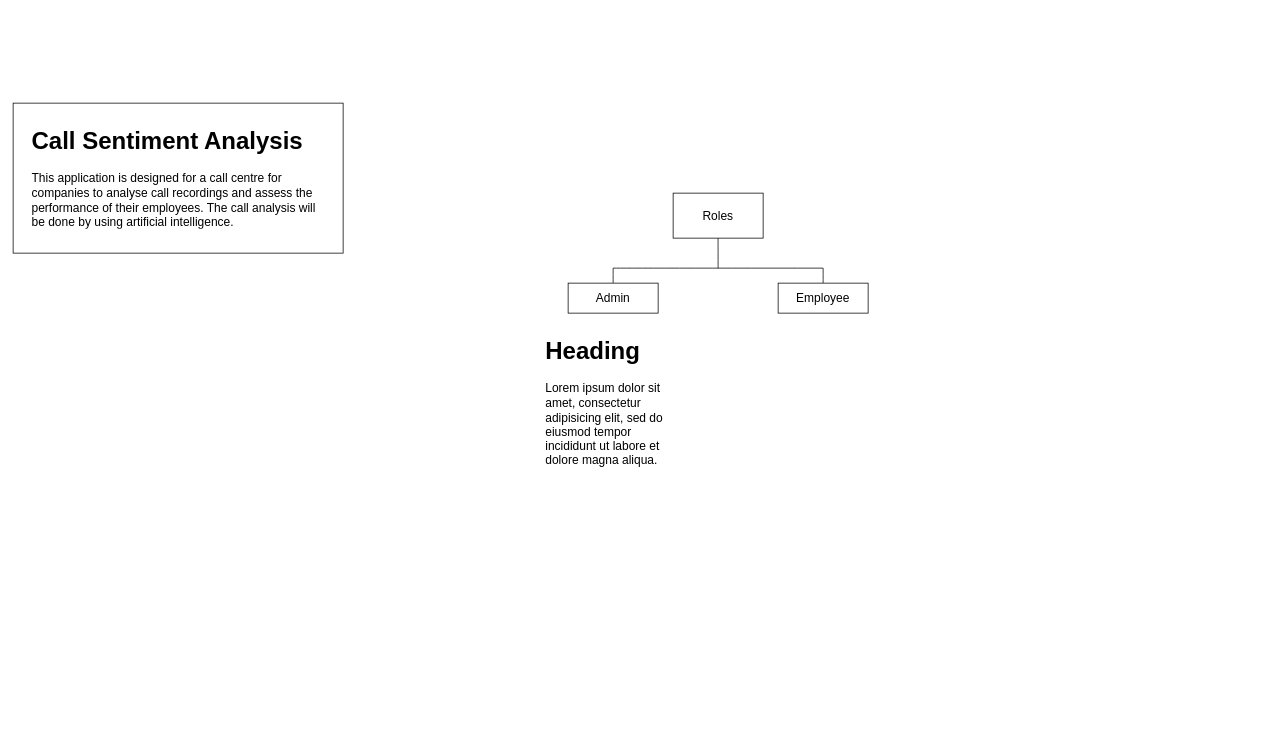
The draw.io diagram Diagrams/General-Idea.drawio in suyashl13/Call-Sentiment-Analysis, before the edit. Source tidied: cells renumbered, new cells numbered last; positions are measured from the earlier drawing's top-left corner, leaving out a move shared by most shapes. Both pictures are drawn from the tidied source at 75%, with x=0, y=0 at pixel (13, 103).
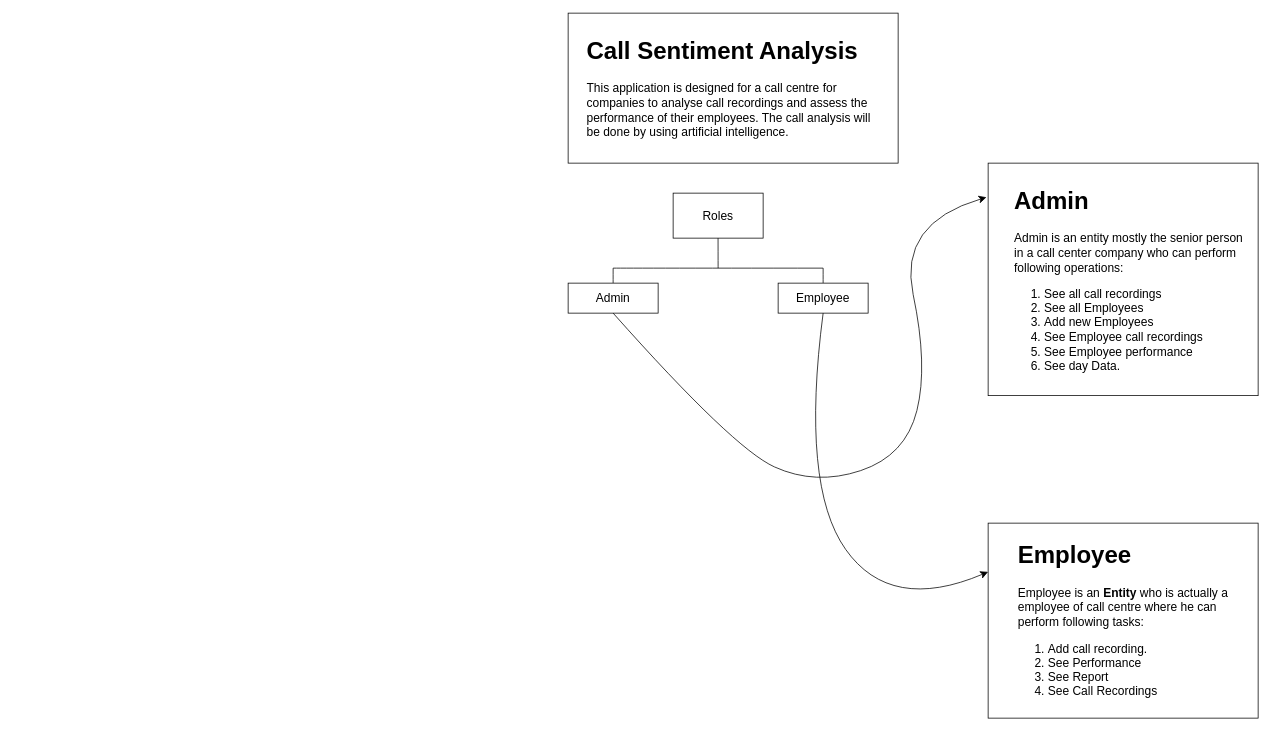
After the change.

Unchanged cells that the change refers to:
```xml
<mxCell id="9" value="Admin" style="rounded=0;whiteSpace=wrap;html=1;fontSize=16;" parent="1" vertex="1">
  <mxGeometry x="740" y="240" width="120" height="40" as="geometry" />
</mxCell>
<mxCell id="10" value="Employee" style="rounded=0;whiteSpace=wrap;html=1;fontSize=16;" parent="1" vertex="1">
  <mxGeometry x="1020" y="240" width="120" height="40" as="geometry" />
</mxCell>
```

Change to the diagram source:
```diff
@@
     <mxCell id="2" style="rounded=0;whiteSpace=wrap;html=1;fontSize=16;" parent="1" vertex="1">
-      <mxGeometry width="440" height="200" as="geometry" />
+      <mxGeometry x="740" y="-120" width="440" height="200" as="geometry" />
     </mxCell>
     <mxCell id="3" value="&lt;h1&gt;Call Sentiment Analysis&lt;/h1&gt;&lt;div&gt;This application is designed for a call centre for companies to analyse call recordings and assess the performance of their employees. The call analysis will be done by using artificial intelligence.&lt;/div&gt;" style="text;html=1;strokeColor=none;fillColor=none;spacing=5;spacingTop=-20;whiteSpace=wrap;overflow=hidden;rounded=0;fontSize=16;" parent="1" vertex="1">
-      <mxGeometry x="20" y="20" width="400" height="160" as="geometry" />
+      <mxGeometry x="760" y="-100" width="400" height="160" as="geometry" />
     </mxCell>
@@
-    <mxCell id="11" value="&lt;h1&gt;Heading&lt;/h1&gt;&lt;p&gt;Lorem ipsum dolor sit amet, consectetur adipisicing elit, sed do eiusmod tempor incididunt ut labore et dolore magna aliqua.&lt;/p&gt;" style="text;html=1;strokeColor=none;fillColor=none;spacing=5;spacingTop=-20;whiteSpace=wrap;overflow=hidden;rounded=0;fontSize=16;" parent="1" vertex="1">
-      <mxGeometry x="705" y="300" width="190" height="220" as="geometry" />
-    </mxCell>
+    <mxCell id="12" style="curved=1;endArrow=classic;html=1;rounded=0;fontSize=12;startSize=8;endSize=8;exitX=0.5;exitY=1;exitDx=0;exitDy=0;entryX=-0.006;entryY=0.147;entryDx=0;entryDy=0;entryPerimeter=0;" parent="1" edge="1" source="9" target="13">
+      <mxGeometry relative="1" as="geometry">
+        <Array as="points">
+          <mxPoint x="960" y="460" />
+          <mxPoint x="1070" y="510" />
+          <mxPoint x="1190" y="470" />
+          <mxPoint x="1220" y="350" />
+          <mxPoint x="1180" y="160" />
+        </Array>
+      </mxGeometry>
+    </mxCell>
+    <mxCell id="13" style="rounded=0;whiteSpace=wrap;html=1;fontSize=16;" parent="1" vertex="1">
+      <mxGeometry x="1300" y="80" width="360" height="310" as="geometry" />
+    </mxCell>
+    <mxCell id="14" value="&lt;h1&gt;Admin&lt;/h1&gt;&lt;p&gt;Admin is an entity mostly the senior person in a call center company who can perform following operations:&lt;/p&gt;&lt;p&gt;&lt;/p&gt;&lt;ol&gt;&lt;li&gt;See all call recordings&lt;/li&gt;&lt;li&gt;See all Employees&lt;/li&gt;&lt;li&gt;Add new Employees&lt;/li&gt;&lt;li&gt;See Employee call recordings&lt;/li&gt;&lt;li&gt;See Employee performance&lt;/li&gt;&lt;li&gt;See day Data.&lt;/li&gt;&lt;/ol&gt;&lt;p&gt;&lt;/p&gt;" style="text;html=1;strokeColor=none;fillColor=none;spacing=5;spacingTop=-20;whiteSpace=wrap;overflow=hidden;rounded=0;fontSize=16;" parent="1" vertex="1">
+      <mxGeometry x="1330" y="100" width="320" height="290" as="geometry" />
+    </mxCell>
+    <mxCell id="15" style="rounded=0;whiteSpace=wrap;html=1;fontSize=16;" parent="1" vertex="1">
+      <mxGeometry x="1300" y="560" width="360" height="260" as="geometry" />
+    </mxCell>
+    <mxCell id="16" style="curved=1;endArrow=classic;html=1;rounded=0;fontSize=12;startSize=8;endSize=8;exitX=0.5;exitY=1;exitDx=0;exitDy=0;entryX=0;entryY=0.25;entryDx=0;entryDy=0;" parent="1" edge="1" source="10" target="15">
+      <mxGeometry relative="1" as="geometry">
+        <Array as="points">
+          <mxPoint x="1050" y="510" />
+          <mxPoint x="1170" y="680" />
+        </Array>
+      </mxGeometry>
+    </mxCell>
+    <mxCell id="17" value="&lt;h1&gt;Employee&lt;/h1&gt;&lt;p&gt;Employee is an &lt;b&gt;Entity&lt;/b&gt; who is actually a employee of call centre where he can perform following tasks:&lt;/p&gt;&lt;p&gt;&lt;/p&gt;&lt;ol&gt;&lt;li&gt;Add call recording.&lt;/li&gt;&lt;li&gt;See Performance&lt;/li&gt;&lt;li&gt;See Report&lt;/li&gt;&lt;li&gt;See Call Recordings&lt;/li&gt;&lt;/ol&gt;&lt;p&gt;&lt;/p&gt;" style="text;html=1;strokeColor=none;fillColor=none;spacing=5;spacingTop=-20;whiteSpace=wrap;overflow=hidden;rounded=0;fontSize=16;" parent="1" vertex="1">
+      <mxGeometry x="1335" y="572.5" width="290" height="235" as="geometry" />
+    </mxCell>
```
